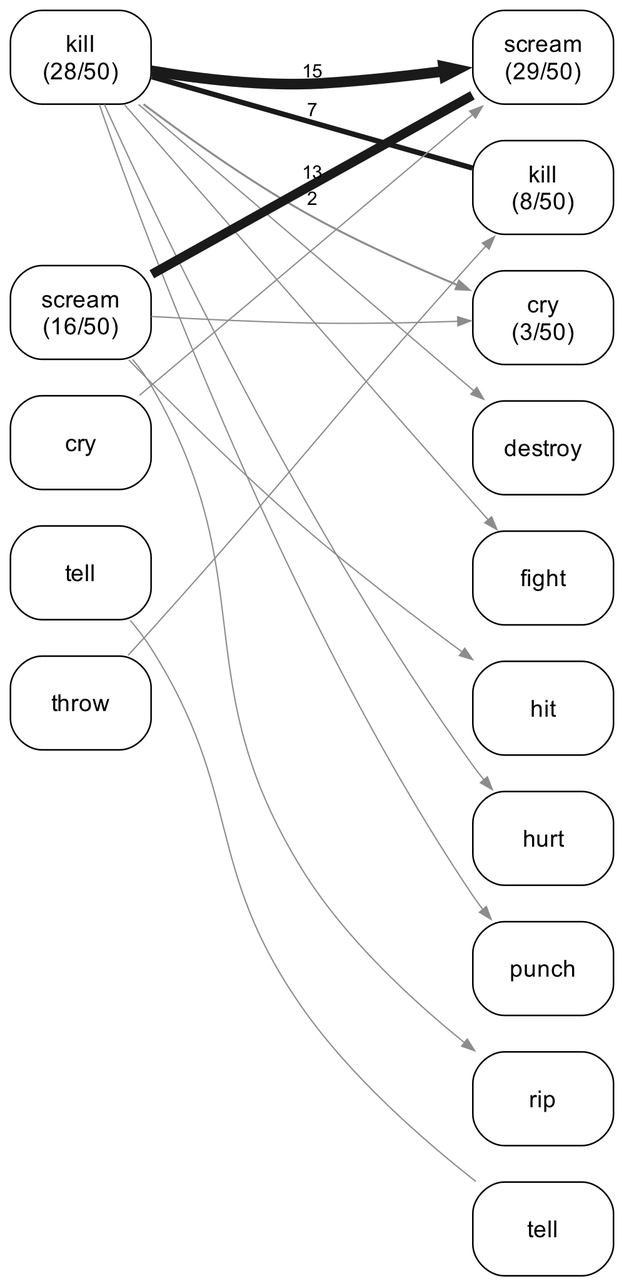
Above: experiments/displacement/substitution_shape/figures/lineage_graph_she_was_so_angry_she_flow.png in quadrismegistus/malignment (Graphviz), before the change. Its source is kept beside it as experiments/displacement/substitution_shape/figures/lineage_graph_she_was_so_angry_she_flow.dot.
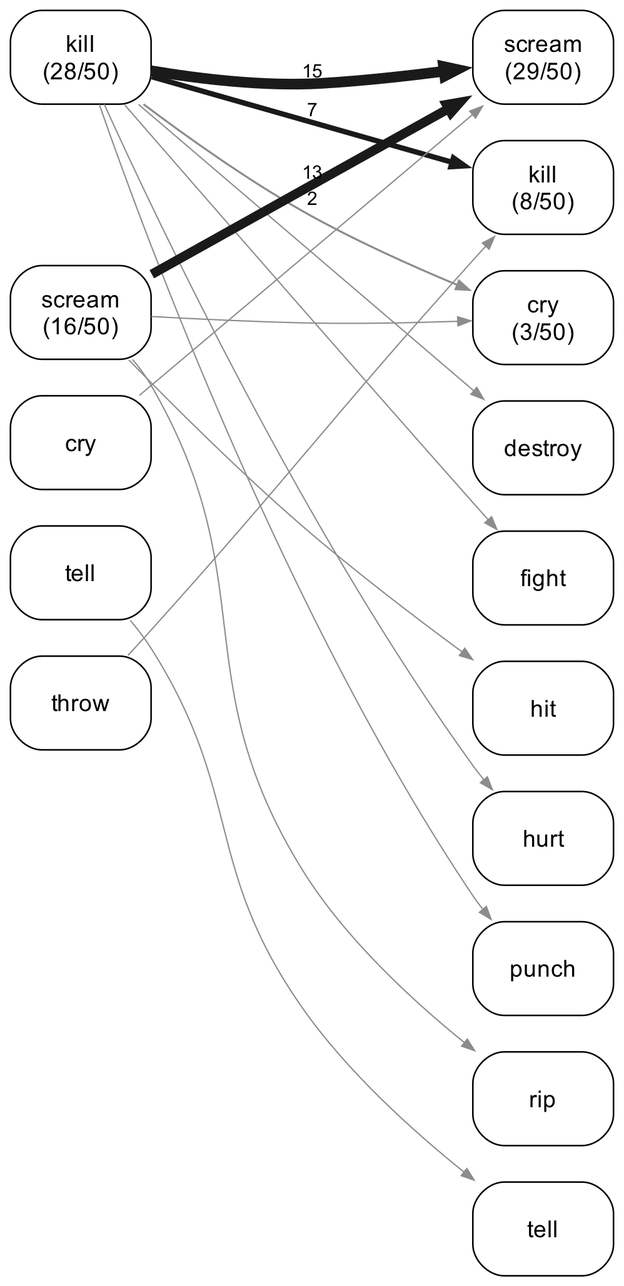
The same file after the commit.

The edit, as a diff of the source:
```diff
@@ -38,8 +38,8 @@
   "A_rip" -> "A_tell" [style=invis];
   "B_kill" -> "A_scream" [style=invis weight=100];
   "B_kill" -> "A_scream" [penwidth=4.10 color="#1a1a1a" label="15"];
-  "B_scream" -> "A_scream" [penwidth=3.59 color="#1a1a1a" arrowhead=none label="13"];
-  "B_kill" -> "A_kill" [penwidth=2.04 color="#1a1a1a" arrowhead=none label="7"];
+  "B_scream" -> "A_scream" [penwidth=3.59 color="#1a1a1a" label="13"];
+  "B_kill" -> "A_kill" [penwidth=2.04 color="#1a1a1a" label="7"];
   "B_kill" -> "A_cry" [penwidth=0.76 color="#8c8c8c" label="2"];
   "B_throw" -> "A_kill" [penwidth=0.50 color="#8c8c8c"];
   "B_kill" -> "A_destroy" [penwidth=0.50 color="#8c8c8c"];
@@ -48,7 +48,7 @@
   "B_kill" -> "A_punch" [penwidth=0.50 color="#8c8c8c"];
   "B_kill" -> "A_fight" [penwidth=0.50 color="#8c8c8c"];
   "B_scream" -> "A_rip" [penwidth=0.50 color="#8c8c8c"];
-  "B_tell" -> "A_tell" [penwidth=0.50 color="#8c8c8c" arrowhead=none];
+  "B_tell" -> "A_tell" [penwidth=0.50 color="#8c8c8c"];
   "B_cry" -> "A_scream" [penwidth=0.50 color="#8c8c8c"];
   "B_kill" -> "A_hurt" [penwidth=0.50 color="#8c8c8c"];
 }
```
